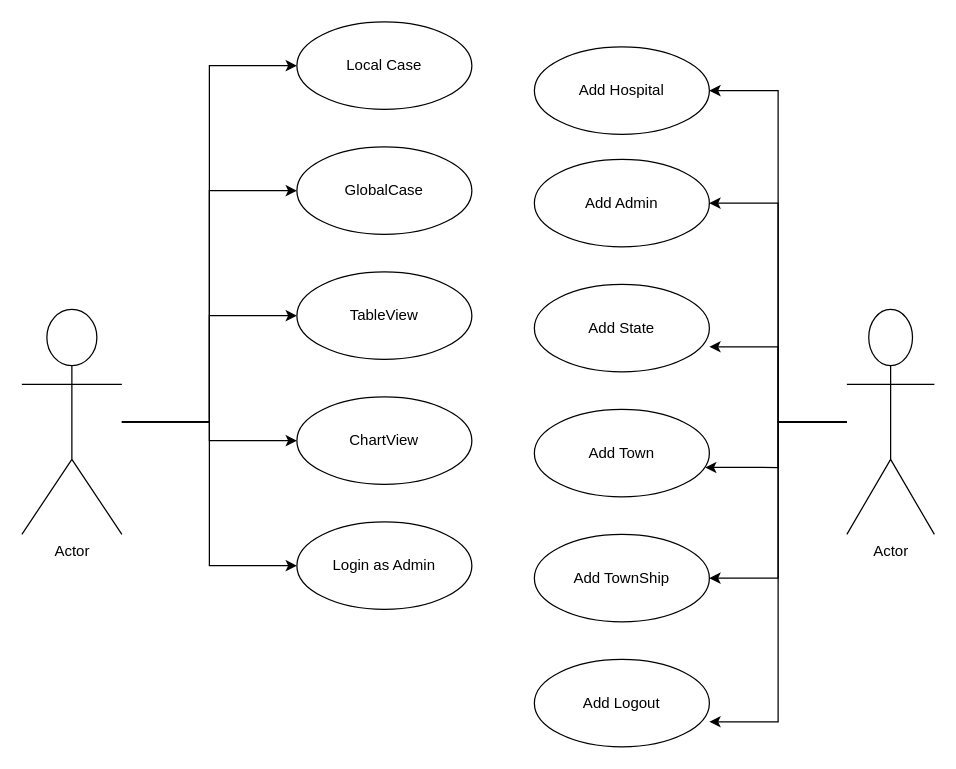
mgkyawmyotun/covid19userjava keeps this draw.io diagram as diagram/usecasediagram.drawio. Above is the earlier version. Source tidied: cells renumbered, new cells numbered last; positions are measured from the earlier drawing's top-left corner, leaving out a move shared by most shapes. Both pictures are drawn from the tidied source at 125%, with x=0, y=0 at pixel (21, 21).
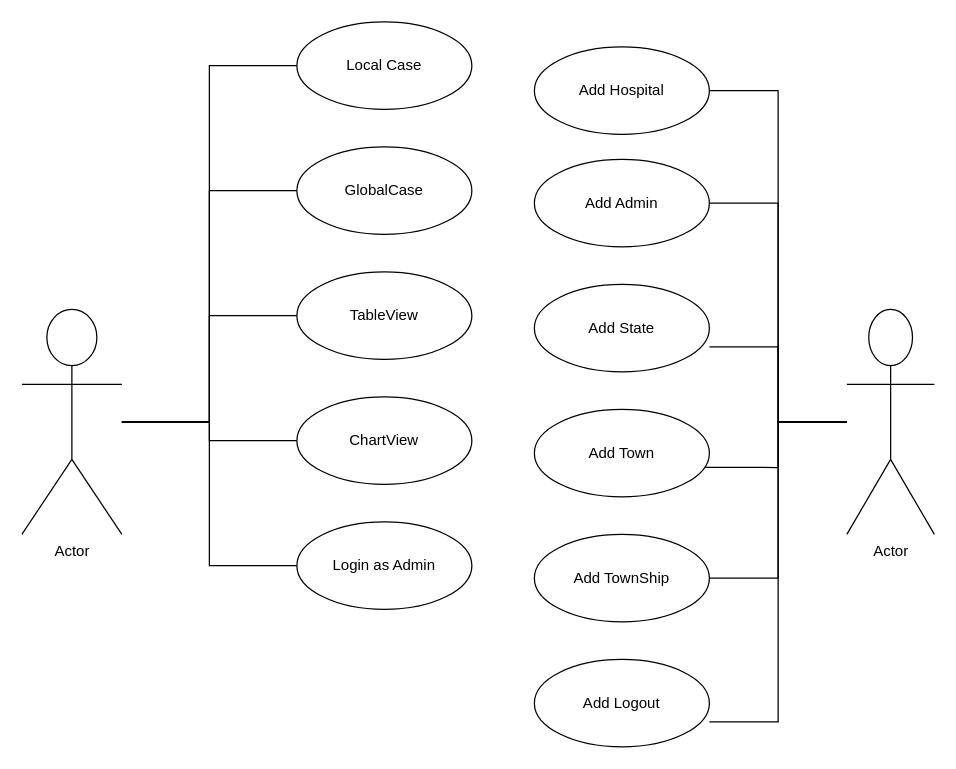
Above is the later version.

Unchanged cells that the change refers to:
```xml
<mxCell id="7" value="Actor" style="shape=umlActor;verticalLabelPosition=bottom;verticalAlign=top;html=1;" parent="1" vertex="1">
  <mxGeometry y="230" width="80" height="180" as="geometry" />
</mxCell>
<mxCell id="8" value="Local Case" style="ellipse;whiteSpace=wrap;html=1;" parent="1" vertex="1">
  <mxGeometry x="220" width="140" height="70" as="geometry" />
</mxCell>
<mxCell id="9" value="GlobalCase" style="ellipse;whiteSpace=wrap;html=1;" parent="1" vertex="1">
  <mxGeometry x="220" y="100" width="140" height="70" as="geometry" />
</mxCell>
<mxCell id="10" value="TableView" style="ellipse;whiteSpace=wrap;html=1;" parent="1" vertex="1">
  <mxGeometry x="220" y="200" width="140" height="70" as="geometry" />
</mxCell>
<mxCell id="11" value="ChartView" style="ellipse;whiteSpace=wrap;html=1;" parent="1" vertex="1">
  <mxGeometry x="220" y="300" width="140" height="70" as="geometry" />
</mxCell>
<mxCell id="12" value="Add State" style="ellipse;whiteSpace=wrap;html=1;" parent="1" vertex="1">
  <mxGeometry x="410" y="210" width="140" height="70" as="geometry" />
</mxCell>
<mxCell id="13" value="Add Admin" style="ellipse;whiteSpace=wrap;html=1;" parent="1" vertex="1">
  <mxGeometry x="410" y="110" width="140" height="70" as="geometry" />
</mxCell>
<mxCell id="14" value="Login as Admin" style="ellipse;whiteSpace=wrap;html=1;" parent="1" vertex="1">
  <mxGeometry x="220" y="400" width="140" height="70" as="geometry" />
</mxCell>
<mxCell id="15" value="Add Town" style="ellipse;whiteSpace=wrap;html=1;" parent="1" vertex="1">
  <mxGeometry x="410" y="310" width="140" height="70" as="geometry" />
</mxCell>
<mxCell id="16" value="Add TownShip" style="ellipse;whiteSpace=wrap;html=1;" parent="1" vertex="1">
  <mxGeometry x="410" y="410" width="140" height="70" as="geometry" />
</mxCell>
<mxCell id="17" value="Add Hospital" style="ellipse;whiteSpace=wrap;html=1;" parent="1" vertex="1">
  <mxGeometry x="410" y="20" width="140" height="70" as="geometry" />
</mxCell>
<mxCell id="18" value="Add Logout" style="ellipse;whiteSpace=wrap;html=1;" parent="1" vertex="1">
  <mxGeometry x="410" y="510" width="140" height="70" as="geometry" />
</mxCell>
<mxCell id="25" value="Actor" style="shape=umlActor;verticalLabelPosition=bottom;verticalAlign=top;html=1;" parent="1" vertex="1">
  <mxGeometry x="660" y="230" width="70" height="180" as="geometry" />
</mxCell>
```

What changed in the source:
```diff
@@
-    <mxCell id="2" style="edgeStyle=orthogonalEdgeStyle;rounded=0;jettySize=auto;html=1;entryX=0;entryY=0.5;entryDx=0;entryDy=0;" parent="1" edge="1" source="7" target="8">
+    <mxCell id="2" style="edgeStyle=orthogonalEdgeStyle;rounded=0;jettySize=auto;html=1;entryX=0;entryY=0.5;entryDx=0;entryDy=0;endArrow=none;endFill=0;" parent="1" edge="1" source="7" target="8">
       <mxGeometry relative="1" as="geometry" />
     </mxCell>
-    <mxCell id="3" style="edgeStyle=orthogonalEdgeStyle;rounded=0;jettySize=auto;html=1;" parent="1" edge="1" source="7" target="11">
+    <mxCell id="3" style="edgeStyle=orthogonalEdgeStyle;rounded=0;jettySize=auto;html=1;endArrow=none;endFill=0;" parent="1" edge="1" source="7" target="11">
       <mxGeometry relative="1" as="geometry" />
     </mxCell>
-    <mxCell id="4" style="edgeStyle=orthogonalEdgeStyle;rounded=0;jettySize=auto;html=1;entryX=0;entryY=0.5;entryDx=0;entryDy=0;" parent="1" edge="1" source="7" target="10">
+    <mxCell id="4" style="edgeStyle=orthogonalEdgeStyle;rounded=0;jettySize=auto;html=1;entryX=0;entryY=0.5;entryDx=0;entryDy=0;endArrow=none;endFill=0;" parent="1" edge="1" source="7" target="10">
       <mxGeometry relative="1" as="geometry" />
     </mxCell>
-    <mxCell id="5" style="edgeStyle=orthogonalEdgeStyle;rounded=0;jettySize=auto;html=1;entryX=0;entryY=0.5;entryDx=0;entryDy=0;" parent="1" edge="1" source="7" target="9">
+    <mxCell id="5" style="edgeStyle=orthogonalEdgeStyle;rounded=0;jettySize=auto;html=1;entryX=0;entryY=0.5;entryDx=0;entryDy=0;endArrow=none;endFill=0;" parent="1" edge="1" source="7" target="9">
       <mxGeometry relative="1" as="geometry" />
     </mxCell>
-    <mxCell id="6" style="edgeStyle=orthogonalEdgeStyle;rounded=0;jettySize=auto;html=1;entryX=0;entryY=0.5;entryDx=0;entryDy=0;" parent="1" edge="1" source="7" target="14">
+    <mxCell id="6" style="edgeStyle=orthogonalEdgeStyle;rounded=0;jettySize=auto;html=1;entryX=0;entryY=0.5;entryDx=0;entryDy=0;endArrow=none;endFill=0;" parent="1" edge="1" source="7" target="14">
       <mxGeometry relative="1" as="geometry" />
     </mxCell>
@@
-    <mxCell id="19" style="edgeStyle=orthogonalEdgeStyle;rounded=0;jettySize=auto;html=1;entryX=1;entryY=0.5;entryDx=0;entryDy=0;" parent="1" edge="1" source="25" target="17">
+    <mxCell id="19" style="edgeStyle=orthogonalEdgeStyle;rounded=0;jettySize=auto;html=1;entryX=1;entryY=0.5;entryDx=0;entryDy=0;endArrow=none;endFill=0;" parent="1" edge="1" source="25" target="17">
       <mxGeometry relative="1" as="geometry" />
     </mxCell>
-    <mxCell id="20" style="edgeStyle=orthogonalEdgeStyle;rounded=0;jettySize=auto;html=1;entryX=1;entryY=0.5;entryDx=0;entryDy=0;" parent="1" edge="1" source="25" target="13">
+    <mxCell id="20" style="edgeStyle=orthogonalEdgeStyle;rounded=0;jettySize=auto;html=1;entryX=1;entryY=0.5;entryDx=0;entryDy=0;endArrow=none;endFill=0;" parent="1" edge="1" source="25" target="13">
       <mxGeometry relative="1" as="geometry" />
     </mxCell>
-    <mxCell id="21" style="edgeStyle=orthogonalEdgeStyle;rounded=0;jettySize=auto;html=1;entryX=1;entryY=0.714;entryDx=0;entryDy=0;entryPerimeter=0;" parent="1" edge="1" source="25" target="12">
+    <mxCell id="21" style="edgeStyle=orthogonalEdgeStyle;rounded=0;jettySize=auto;html=1;entryX=1;entryY=0.714;entryDx=0;entryDy=0;entryPerimeter=0;endArrow=none;endFill=0;" parent="1" edge="1" source="25" target="12">
       <mxGeometry relative="1" as="geometry" />
     </mxCell>
-    <mxCell id="22" style="edgeStyle=orthogonalEdgeStyle;rounded=0;jettySize=auto;html=1;entryX=0.976;entryY=0.664;entryDx=0;entryDy=0;entryPerimeter=0;" parent="1" edge="1" source="25" target="15">
+    <mxCell id="22" style="edgeStyle=orthogonalEdgeStyle;rounded=0;jettySize=auto;html=1;entryX=0.976;entryY=0.664;entryDx=0;entryDy=0;entryPerimeter=0;endArrow=none;endFill=0;" parent="1" edge="1" source="25" target="15">
       <mxGeometry relative="1" as="geometry" />
     </mxCell>
-    <mxCell id="23" style="edgeStyle=orthogonalEdgeStyle;rounded=0;jettySize=auto;html=1;entryX=1;entryY=0.5;entryDx=0;entryDy=0;" parent="1" edge="1" source="25" target="16">
+    <mxCell id="23" style="edgeStyle=orthogonalEdgeStyle;rounded=0;jettySize=auto;html=1;entryX=1;entryY=0.5;entryDx=0;entryDy=0;endArrow=none;endFill=0;" parent="1" edge="1" source="25" target="16">
       <mxGeometry relative="1" as="geometry" />
     </mxCell>
-    <mxCell id="24" style="edgeStyle=orthogonalEdgeStyle;rounded=0;jettySize=auto;html=1;entryX=1;entryY=0.714;entryDx=0;entryDy=0;entryPerimeter=0;" parent="1" edge="1" source="25" target="18">
+    <mxCell id="24" style="edgeStyle=orthogonalEdgeStyle;rounded=0;jettySize=auto;html=1;entryX=1;entryY=0.714;entryDx=0;entryDy=0;entryPerimeter=0;endArrow=none;endFill=0;" parent="1" edge="1" source="25" target="18">
       <mxGeometry relative="1" as="geometry" />
     </mxCell>
```
